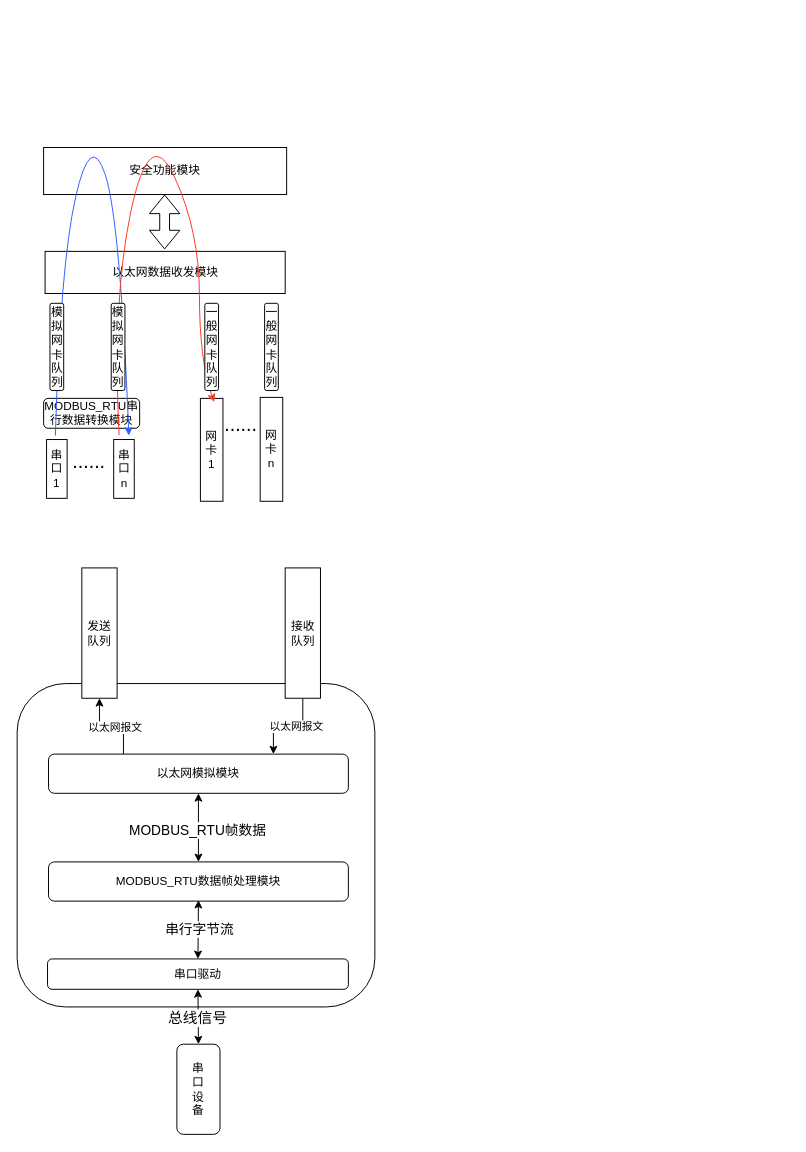
Above: uart/MODBUS_RTU.drawio in ktinkone/draw-io-works (draw.io), before the change. Source tidied: cells renumbered, new cells numbered last; positions are measured from the earlier drawing's top-left corner, leaving out a move shared by most shapes. Both pictures are drawn from the tidied source at 98%, with x=0, y=0 at pixel (17, 122).
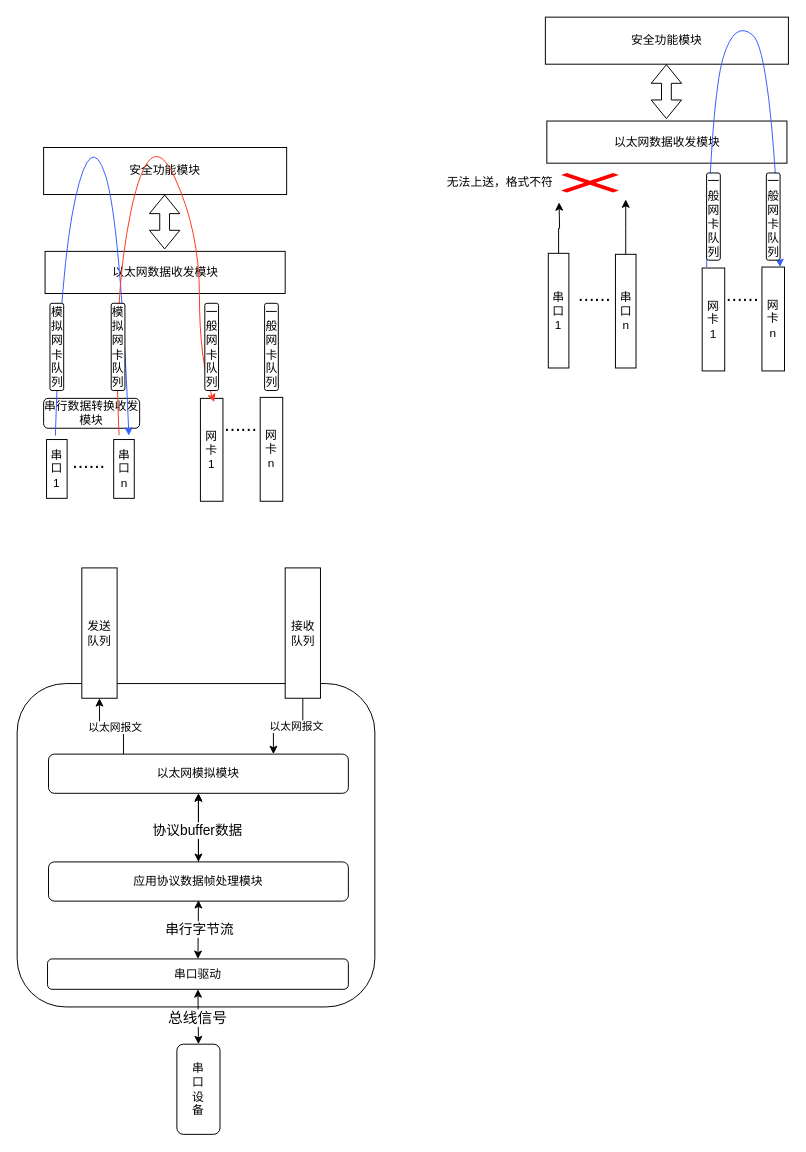
Above is the later version.

The change refers to these unchanged cells:
```xml
<mxCell id="28" value="以太网模拟模块" style="rounded=1;whiteSpace=wrap;html=1;" parent="1" vertex="1">
  <mxGeometry x="32" y="644" width="306" height="40" as="geometry" />
</mxCell>
<mxCell id="29" style="endArrow=classic;startArrow=classic;html=1;rounded=0;entryX=0.5;entryY=1;entryDx=0;entryDy=0;exitX=0.5;exitY=0;exitDx=0;exitDy=0;" parent="1" edge="1" source="25" target="28">
  <mxGeometry relative="1" as="geometry" />
</mxCell>
```

The edit, as a diff of the source:
```diff
@@
-    <mxCell id="7" value="MODBUS_RTU串行数据转换模块" style="rounded=1;whiteSpace=wrap;html=1;" parent="1" vertex="1">
+    <mxCell id="7" value="串行数据转换收发模块" style="rounded=1;whiteSpace=wrap;html=1;" parent="1" vertex="1">
       <mxGeometry x="27" y="281" width="98" height="30.5" as="geometry" />
     </mxCell>
@@
+    <mxCell id="35" style="edgeStyle=orthogonalEdgeStyle;rounded=0;jettySize=auto;html=1;" parent="1" edge="1" source="25" target="28">
+      <mxGeometry relative="1" as="geometry" />
+    </mxCell>
-    <mxCell id="25" value="MODBUS_RTU数据帧处理模块" style="rounded=1;whiteSpace=wrap;html=1;" parent="1" vertex="1">
+    <mxCell id="25" value="应用协议数据帧处理模块" style="rounded=1;whiteSpace=wrap;html=1;" parent="1" vertex="1">
       <mxGeometry x="32" y="754" width="306" height="40" as="geometry" />
     </mxCell>
@@
-    <mxCell id="30" value="&lt;font style=&quot;font-size: 14px;&quot;&gt;MODBUS_RTU帧数据&lt;/font&gt;" style="edgeLabel;html=1;align=center;verticalAlign=middle;" parent="29" vertex="1">
+    <mxCell id="30" value="&lt;font style=&quot;font-size: 14px;&quot;&gt;协议buffer数据&lt;/font&gt;" style="edgeLabel;html=1;align=center;verticalAlign=middle;" parent="29" vertex="1">
       <mxGeometry x="-0.05" y="2" relative="1" as="geometry" />
     </mxCell>
@@
+    <mxCell id="36" value="以太网数据收发模块" style="rounded=0;whiteSpace=wrap;html=1;" parent="1" vertex="1">
+      <mxGeometry x="540.5" y="-2" width="245" height="43" as="geometry" />
+    </mxCell>
+    <mxCell id="37" value="安全功能模块" style="rounded=0;whiteSpace=wrap;html=1;" parent="1" vertex="1">
+      <mxGeometry x="539" y="-108" width="248" height="48" as="geometry" />
+    </mxCell>
+    <mxCell id="38" style="shape=flexArrow;endArrow=classic;startArrow=classic;html=1;rounded=0;" parent="1" edge="1">
+      <mxGeometry relative="1" as="geometry">
+        <mxPoint x="662.5" y="-4" as="sourcePoint" />
+        <mxPoint x="662.5" y="-60" as="targetPoint" />
+      </mxGeometry>
+    </mxCell>
+    <mxCell id="39" value="网卡&lt;br&gt;1" style="rounded=0;whiteSpace=wrap;html=1;" parent="1" vertex="1">
+      <mxGeometry x="699" y="148" width="23" height="105" as="geometry" />
+    </mxCell>
+    <mxCell id="40" value="&lt;font style=&quot;font-size: 20px;&quot;&gt;......&lt;/font&gt;" style="text;html=1;align=center;verticalAlign=middle;strokeColor=none;fillColor=none;" parent="1" vertex="1">
+      <mxGeometry x="714" y="155.8" width="51" height="36" as="geometry" />
+    </mxCell>
+    <mxCell id="41" value="网卡&lt;br&gt;n" style="rounded=0;whiteSpace=wrap;html=1;" parent="1" vertex="1">
+      <mxGeometry x="760" y="147" width="23" height="106" as="geometry" />
+    </mxCell>
+    <mxCell id="42" value="串口&lt;br&gt;1" style="rounded=0;whiteSpace=wrap;html=1;" parent="1" vertex="1">
+      <mxGeometry x="542" y="133" width="21" height="117" as="geometry" />
+    </mxCell>
+    <mxCell id="43" value="串口&lt;br&gt;n" style="rounded=0;whiteSpace=wrap;html=1;" parent="1" vertex="1">
+      <mxGeometry x="610.5" y="134" width="21" height="116" as="geometry" />
+    </mxCell>
+    <mxCell id="44" value="&lt;font style=&quot;font-size: 20px;&quot;&gt;......&lt;/font&gt;" style="text;html=1;align=center;verticalAlign=middle;strokeColor=none;fillColor=none;" parent="1" vertex="1">
+      <mxGeometry x="563" y="155.8" width="51" height="36" as="geometry" />
+    </mxCell>
+    <mxCell id="45" style="curved=1;endArrow=classic;html=1;rounded=0;strokeColor=#365EFF;" parent="1" edge="1">
+      <mxGeometry relative="1" as="geometry">
+        <mxPoint x="703.5" y="147" as="sourcePoint" />
+        <mxPoint x="778.5" y="147" as="targetPoint" />
+        <Array as="points">
+          <mxPoint x="708.5" y="-26" />
+          <mxPoint x="732" y="-106" />
+          <mxPoint x="769.5" y="-73" />
+        </Array>
+      </mxGeometry>
+    </mxCell>
+    <mxCell id="46" value="一般网卡队列" style="rounded=1;whiteSpace=wrap;html=1;" parent="1" vertex="1">
+      <mxGeometry x="703.5" y="51" width="14" height="89" as="geometry" />
+    </mxCell>
+    <mxCell id="47" value="一般网卡队列" style="rounded=1;whiteSpace=wrap;html=1;" parent="1" vertex="1">
+      <mxGeometry x="764.5" y="51" width="14" height="89" as="geometry" />
+    </mxCell>
+    <mxCell id="48" style="edgeStyle=orthogonalEdgeStyle;rounded=0;jettySize=auto;html=1;exitX=0.5;exitY=0;exitDx=0;exitDy=0;" parent="1" edge="1" source="42">
+      <mxGeometry relative="1" as="geometry">
+        <mxPoint x="553" y="81" as="targetPoint" />
+      </mxGeometry>
+    </mxCell>
+    <mxCell id="49" style="edgeStyle=orthogonalEdgeStyle;rounded=0;jettySize=auto;html=1;exitX=0.5;exitY=0;exitDx=0;exitDy=0;" parent="1" edge="1" source="43">
+      <mxGeometry relative="1" as="geometry">
+        <mxPoint x="621" y="78" as="targetPoint" />
+      </mxGeometry>
+    </mxCell>
+    <mxCell id="50" style="shape=mxgraph.mockup.markup.redX;fillColor=#ff0000;html=1;shadow=0;whiteSpace=wrap;strokeColor=none;" parent="1" vertex="1">
+      <mxGeometry x="555" y="51" width="59" height="20" as="geometry" />
+    </mxCell>
+    <mxCell id="51" value="无法上送，格式不符" style="text;html=1;strokeColor=none;fillColor=none;align=center;verticalAlign=middle;whiteSpace=wrap;rounded=0;" parent="1" vertex="1">
+      <mxGeometry x="431" y="47.5" width="124" height="27" as="geometry" />
+    </mxCell>
```
